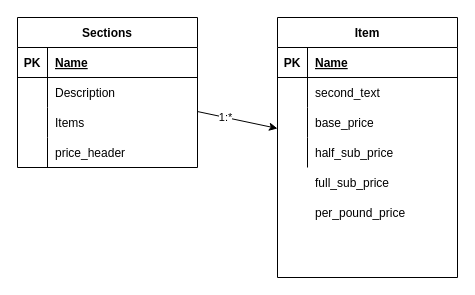
jasapple/simple-menu keeps this draw.io diagram as schema.drawio. Above is the earlier version. Source tidied: cells renumbered, new cells numbered last; positions are measured from the earlier drawing's top-left corner, leaving out a move shared by most shapes. Both pictures are drawn from the tidied source at 100%, with x=0, y=0 at pixel (17, 17).
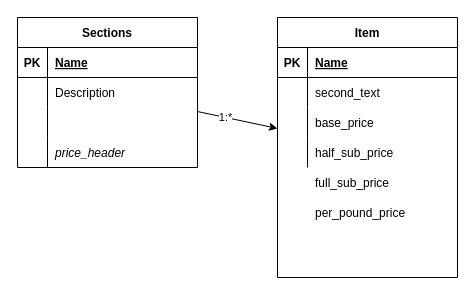
The same diagram, later.

The change refers to these unchanged cells:
```xml
<mxCell id="11" style="shape=tableRow;horizontal=0;startSize=0;swimlaneHead=0;swimlaneBody=0;fillColor=none;top=0;left=0;right=0;bottom=0;" parent="4" vertex="1">
  <mxGeometry y="90" width="180" height="30" as="geometry" />
</mxCell>
<mxCell id="14" style="shape=tableRow;horizontal=0;startSize=0;swimlaneHead=0;swimlaneBody=0;fillColor=none;top=0;left=0;right=0;bottom=0;" parent="4" vertex="1">
  <mxGeometry y="120" width="180" height="30" as="geometry" />
</mxCell>
```

Diff of the diagram source:
```diff
@@
-    <mxCell id="13" value="Items" style="shape=partialRectangle;fillColor=none;top=0;left=0;bottom=0;right=0;align=left;spacingLeft=6;overflow=hidden;" parent="11" vertex="1">
+    <mxCell id="13" style="shape=partialRectangle;fillColor=none;top=0;left=0;bottom=0;right=0;align=left;spacingLeft=6;overflow=hidden;" parent="11" vertex="1">
       <mxGeometry x="30" width="150" height="30" as="geometry" />
     </mxCell>
@@
-    <mxCell id="16" value="price_header" style="shape=partialRectangle;fillColor=none;top=0;left=0;bottom=0;right=0;align=left;spacingLeft=6;overflow=hidden;" parent="14" vertex="1">
+    <mxCell id="16" value="price_header" style="shape=partialRectangle;fillColor=none;top=0;left=0;bottom=0;right=0;align=left;spacingLeft=6;overflow=hidden;fontStyle=2;" parent="14" vertex="1">
       <mxGeometry x="30" width="150" height="30" as="geometry" />
     </mxCell>
```
